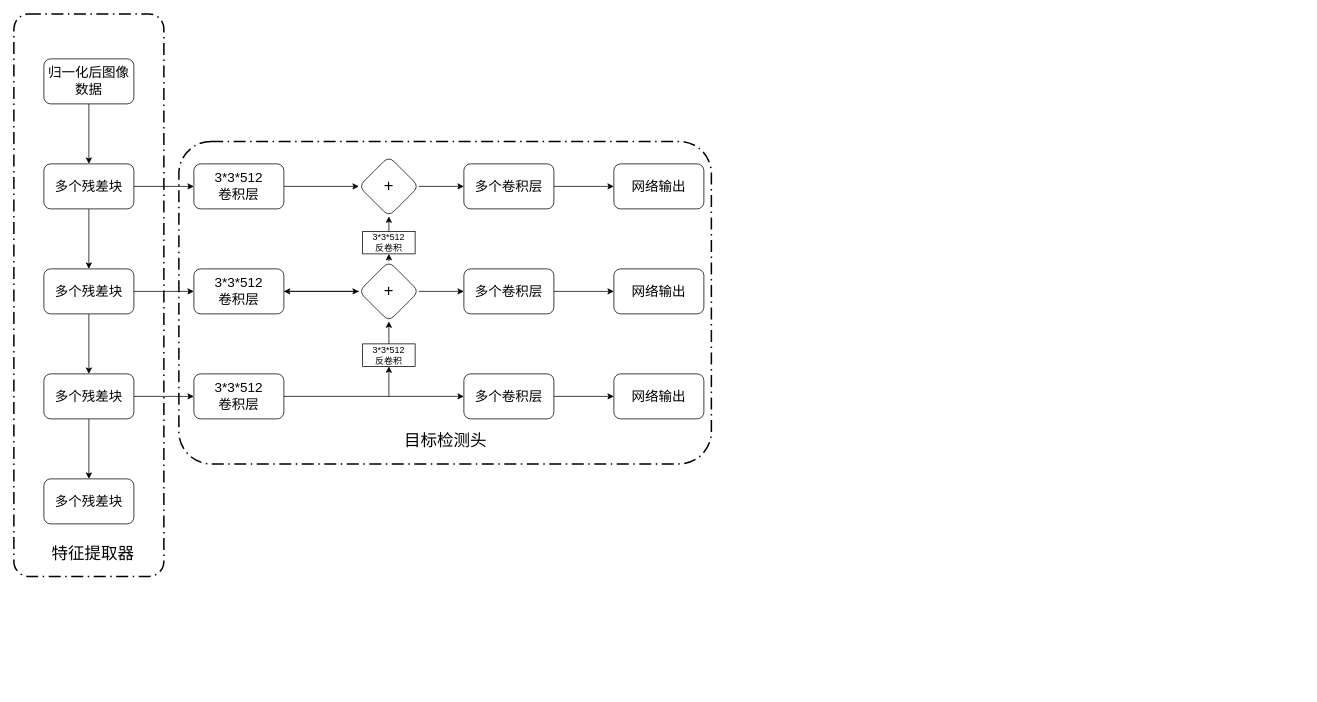
This is 车辆识别第二张图.drawio from mydubai7794/zhihubot, a draw.io file, before an edit. Source tidied: cells renumbered, new cells numbered last; positions are measured from the earlier drawing's top-left corner, leaving out a move shared by most shapes. Both pictures are drawn from the tidied source at 75%, with x=0, y=0 at pixel (14, 14).
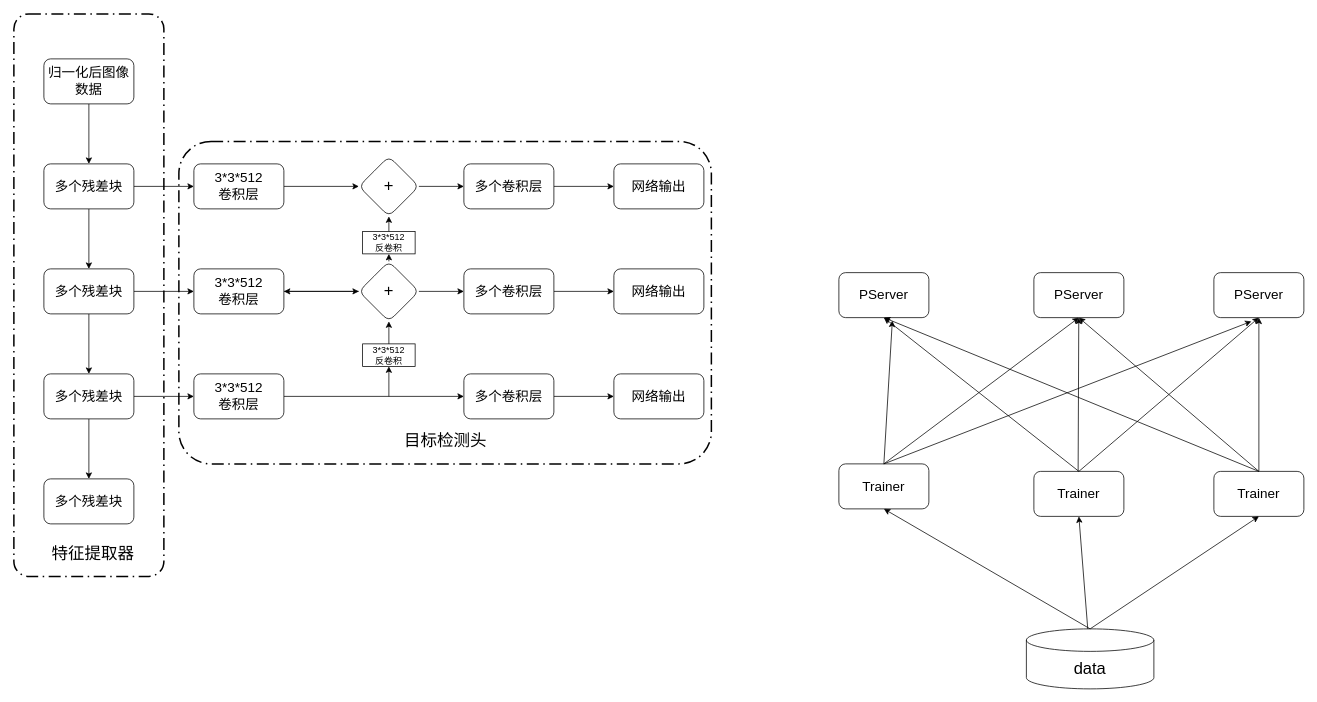
The same page after the edit.

Commit message (it also covers changes not shown here):
Update 车辆识别第二张图.drawio

What changed in the source:
```diff
@@
+    <mxCell id="44" value="&lt;font style=&quot;font-size: 18px&quot;&gt;PServer&lt;/font&gt;" style="rounded=1;whiteSpace=wrap;html=1;" parent="1" vertex="1">
+      <mxGeometry x="1360" y="345" width="120" height="60" as="geometry" />
+    </mxCell>
+    <mxCell id="45" value="&lt;font style=&quot;font-size: 18px&quot;&gt;PServer&lt;/font&gt;" style="rounded=1;whiteSpace=wrap;html=1;" parent="1" vertex="1">
+      <mxGeometry x="1600" y="345" width="120" height="60" as="geometry" />
+    </mxCell>
+    <mxCell id="46" value="&lt;font style=&quot;font-size: 18px&quot;&gt;PServer&lt;/font&gt;" style="rounded=1;whiteSpace=wrap;html=1;" parent="1" vertex="1">
+      <mxGeometry x="1100" y="345" width="120" height="60" as="geometry" />
+    </mxCell>
+    <mxCell id="47" value="&lt;span style=&quot;font-size: 18px&quot;&gt;Trainer&lt;/span&gt;" style="rounded=1;whiteSpace=wrap;html=1;" parent="1" vertex="1">
+      <mxGeometry x="1100" y="600" width="120" height="60" as="geometry" />
+    </mxCell>
+    <mxCell id="48" value="&lt;span style=&quot;font-size: 18px&quot;&gt;Trainer&lt;/span&gt;" style="rounded=1;whiteSpace=wrap;html=1;" parent="1" vertex="1">
+      <mxGeometry x="1600" y="610" width="120" height="60" as="geometry" />
+    </mxCell>
+    <mxCell id="49" value="&lt;span style=&quot;font-size: 18px&quot;&gt;Trainer&lt;/span&gt;" style="rounded=1;whiteSpace=wrap;html=1;" parent="1" vertex="1">
+      <mxGeometry x="1360" y="610" width="120" height="60" as="geometry" />
+    </mxCell>
+    <mxCell id="50" value="&lt;font style=&quot;font-size: 22px&quot;&gt;data&lt;/font&gt;" style="shape=cylinder3;whiteSpace=wrap;html=1;boundedLbl=1;backgroundOutline=1;size=15;" parent="1" vertex="1">
+      <mxGeometry x="1350" y="820" width="170" height="80" as="geometry" />
+    </mxCell>
+    <mxCell id="51" style="endArrow=classic;html=1;exitX=0.5;exitY=0;exitDx=0;exitDy=0;" parent="1" edge="1" source="47">
+      <mxGeometry relative="1" as="geometry">
+        <mxPoint x="1650" y="410" as="targetPoint" />
+      </mxGeometry>
+    </mxCell>
+    <mxCell id="52" style="endArrow=classic;html=1;entryX=0.5;entryY=1;entryDx=0;entryDy=0;" parent="1" edge="1" target="46">
+      <mxGeometry relative="1" as="geometry">
+        <mxPoint x="1660" y="610" as="sourcePoint" />
+      </mxGeometry>
+    </mxCell>
+    <mxCell id="53" style="endArrow=classic;html=1;" parent="1" edge="1" target="44">
+      <mxGeometry relative="1" as="geometry">
+        <mxPoint x="1419" y="610" as="sourcePoint" />
+      </mxGeometry>
+    </mxCell>
+    <mxCell id="54" style="endArrow=classic;html=1;exitX=0.5;exitY=0;exitDx=0;exitDy=0;" parent="1" edge="1" source="48">
+      <mxGeometry relative="1" as="geometry">
+        <mxPoint x="1660" y="405" as="targetPoint" />
+      </mxGeometry>
+    </mxCell>
+    <mxCell id="55" style="endArrow=classic;html=1;entryX=0.5;entryY=1;entryDx=0;entryDy=0;exitX=0.5;exitY=0;exitDx=0;exitDy=0;" parent="1" edge="1" source="49" target="45">
+      <mxGeometry relative="1" as="geometry" />
+    </mxCell>
+    <mxCell id="56" style="endArrow=classic;html=1;exitX=0.5;exitY=0;exitDx=0;exitDy=0;entryX=0.5;entryY=1;entryDx=0;entryDy=0;" parent="1" edge="1" source="47" target="44">
+      <mxGeometry relative="1" as="geometry" />
+    </mxCell>
+    <mxCell id="57" style="endArrow=classic;html=1;entryX=0.5;entryY=1;entryDx=0;entryDy=0;exitX=0.5;exitY=0;exitDx=0;exitDy=0;" parent="1" edge="1" source="49" target="46">
+      <mxGeometry relative="1" as="geometry" />
+    </mxCell>
+    <mxCell id="58" style="endArrow=classic;html=1;entryX=0.594;entryY=1.067;entryDx=0;entryDy=0;entryPerimeter=0;" parent="1" edge="1" target="46">
+      <mxGeometry relative="1" as="geometry">
+        <mxPoint x="1160" y="600" as="sourcePoint" />
+      </mxGeometry>
+    </mxCell>
+    <mxCell id="59" style="endArrow=classic;html=1;entryX=0.5;entryY=1;entryDx=0;entryDy=0;" parent="1" edge="1" target="44">
+      <mxGeometry relative="1" as="geometry">
+        <mxPoint x="1660" y="610" as="sourcePoint" />
+      </mxGeometry>
+    </mxCell>
+    <mxCell id="60" style="endArrow=classic;html=1;entryX=0.5;entryY=1;entryDx=0;entryDy=0;exitX=0.5;exitY=0;exitDx=0;exitDy=0;exitPerimeter=0;" parent="1" edge="1" source="50" target="47">
+      <mxGeometry relative="1" as="geometry" />
+    </mxCell>
+    <mxCell id="61" style="endArrow=classic;html=1;entryX=0.5;entryY=1;entryDx=0;entryDy=0;" parent="1" edge="1" source="50" target="49">
+      <mxGeometry relative="1" as="geometry" />
+    </mxCell>
+    <mxCell id="62" style="endArrow=classic;html=1;entryX=0.5;entryY=1;entryDx=0;entryDy=0;exitX=0.5;exitY=0;exitDx=0;exitDy=0;exitPerimeter=0;" parent="1" edge="1" source="50" target="48">
+      <mxGeometry relative="1" as="geometry" />
+    </mxCell>
```
